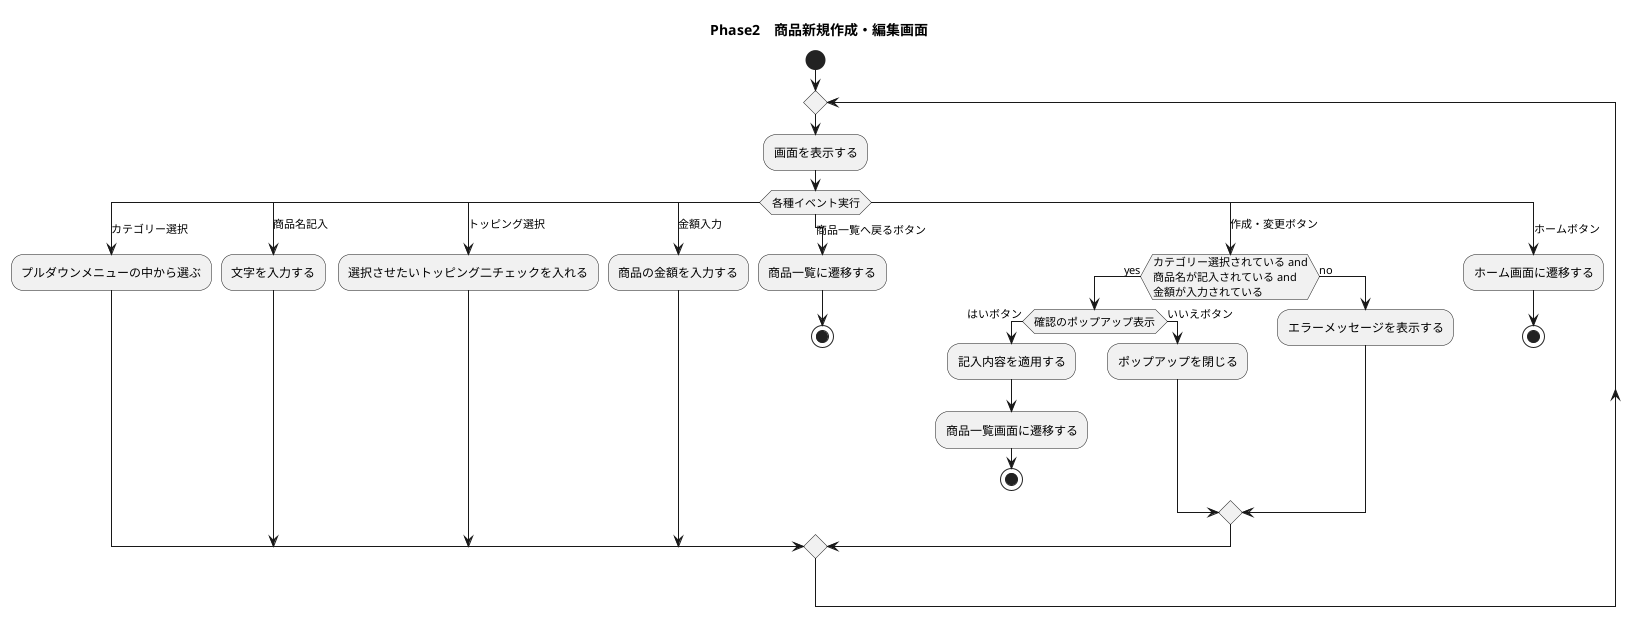
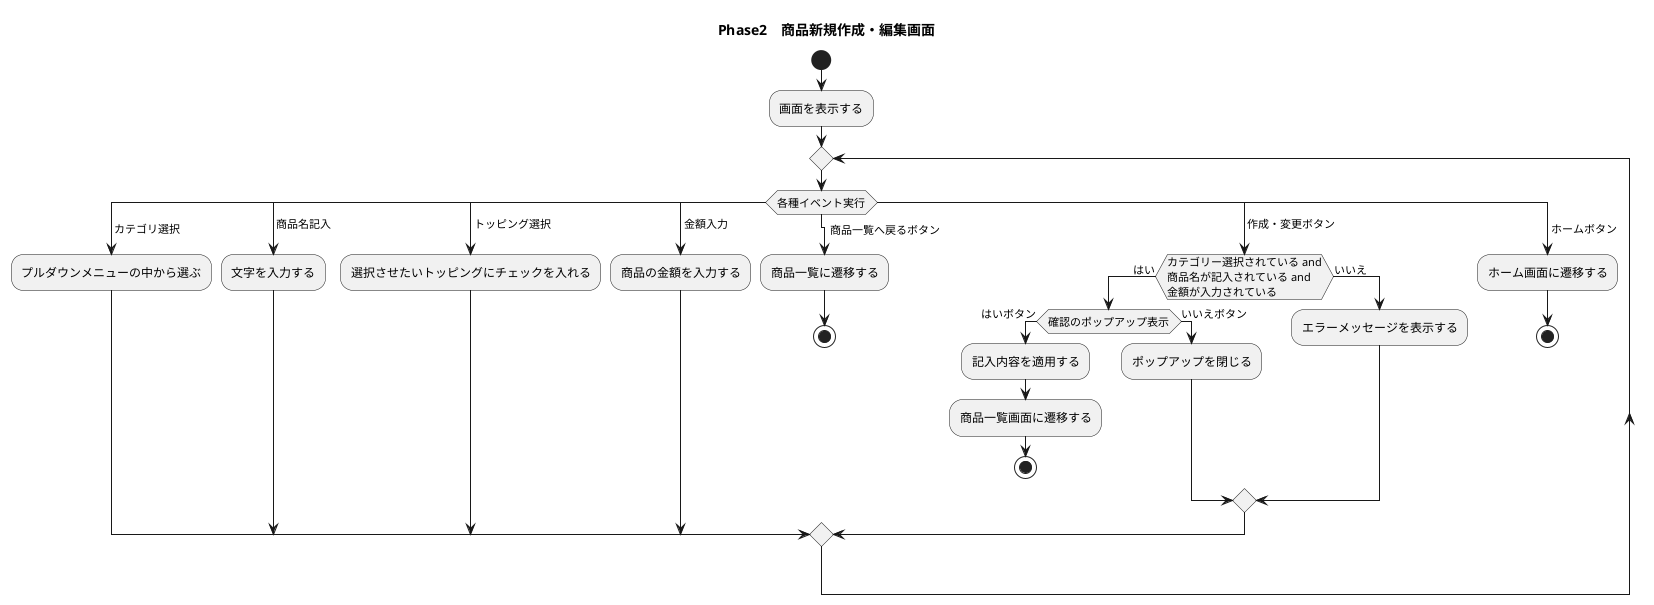
@startuml
title Phase2　商品新規作成・編集画面

start
+ 
+ :画面を表示する;
repeat
- :画面を表示する;

switch(各種イベント実行)

- case(カテゴリー選択)
+ case( カテゴリ選択)
:プルダウンメニューの中から選ぶ;

- case(商品名記入)
+ case( 商品名記入)
:文字を入力する;

- case(トッピング選択)
- :選択させたいトッピング二チェックを入れる;
+ case( トッピング選択)
+ :選択させたいトッピングにチェックを入れる;

- case(金額入力)
+ case( 金額入力)
:商品の金額を入力する;

- case(商品一覧へ戻るボタン)
+ case(   商品一覧へ戻るボタン)
:商品一覧に遷移する;
stop

- case(作成・変更ボタン)
- if (カテゴリー選択されている and\n商品名が記入されている and\n金額が入力されている) then(yes)
+ case( 作成・変更ボタン)
+ if (カテゴリー選択されている and\n商品名が記入されている and\n金額が入力されている) then(はい)
if(確認のポップアップ表示) then (はいボタン)
:記入内容を適用する;
:商品一覧画面に遷移する;
stop
else(いいえボタン)
:ポップアップを閉じる;
endif
- else(no)
+ else(いいえ)
:エラーメッセージを表示する;
endif


- case(ホームボタン)
+ case( ホームボタン)
:ホーム画面に遷移する;
stop
@enduml